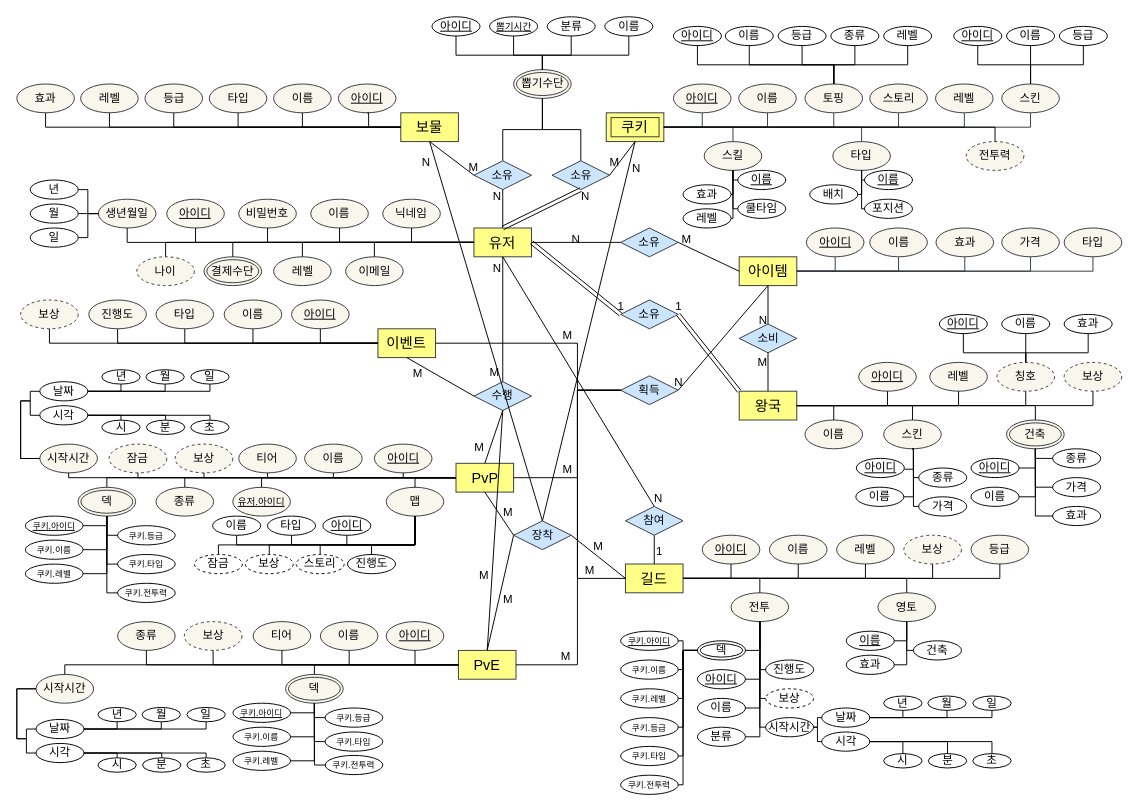
Before: page "페이지-2" (2 of 3) of 제목 없는 다이어그램.drawio in breeze234/web1, a draw.io diagram. Source tidied: cells renumbered, new cells numbered last; positions are measured from the earlier drawing's top-left corner, leaving out a move shared by most shapes. Both pictures are drawn from the tidied source at 96%, with x=0, y=0 at pixel (16, 16).
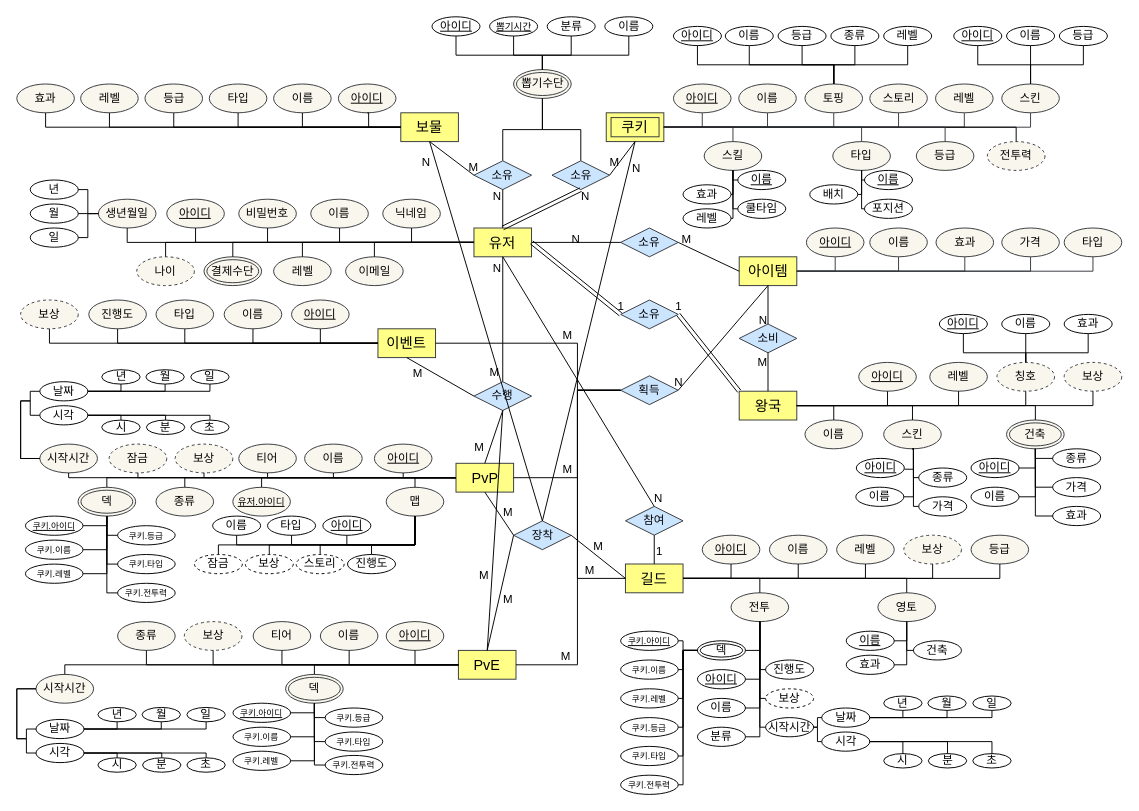
After the change.

Commit message:
제목 없는 다이어그램.drawio 업데이트

The change refers to these unchanged cells:
```xml
<mxCell id="23" value="&lt;font style=&quot;font-size: 15px;&quot;&gt;쿠키&lt;/font&gt;" style="shape=ext;margin=3;double=1;whiteSpace=wrap;html=1;align=center;fillColor=#ffff88;strokeColor=#36393d;" parent="1" vertex="1">
  <mxGeometry x="614" y="100" width="60" height="30" as="geometry" />
</mxCell>
```

The edit, as a diff of the source:
```diff
@@
     <mxCell id="352" value="전투력" style="ellipse;whiteSpace=wrap;html=1;dashed=1;fillColor=#f9f7ed;strokeColor=#36393d;" parent="1" vertex="1">
-      <mxGeometry x="989" y="130" width="60" height="30" as="geometry" />
+      <mxGeometry x="1011" y="130" width="60" height="30" as="geometry" />
     </mxCell>
@@
+    <mxCell id="392" value="등급" style="ellipse;whiteSpace=wrap;html=1;fillColor=#f9f7ed;strokeColor=#36393d;" parent="1" vertex="1">
+      <mxGeometry x="937" y="130" width="60" height="30" as="geometry" />
+    </mxCell>
+    <mxCell id="393" style="edgeStyle=orthogonalEdgeStyle;rounded=0;jettySize=auto;html=1;endArrow=none;endFill=0;exitX=1;exitY=0.5;exitDx=0;exitDy=0;fillColor=#f9f7ed;strokeColor=#36393d;entryX=0.5;entryY=0;entryDx=0;entryDy=0;" parent="1" edge="1" source="23" target="392">
+      <mxGeometry relative="1" as="geometry">
+        <Array as="points">
+          <mxPoint x="967" y="115" />
+        </Array>
+      </mxGeometry>
+    </mxCell>
```
